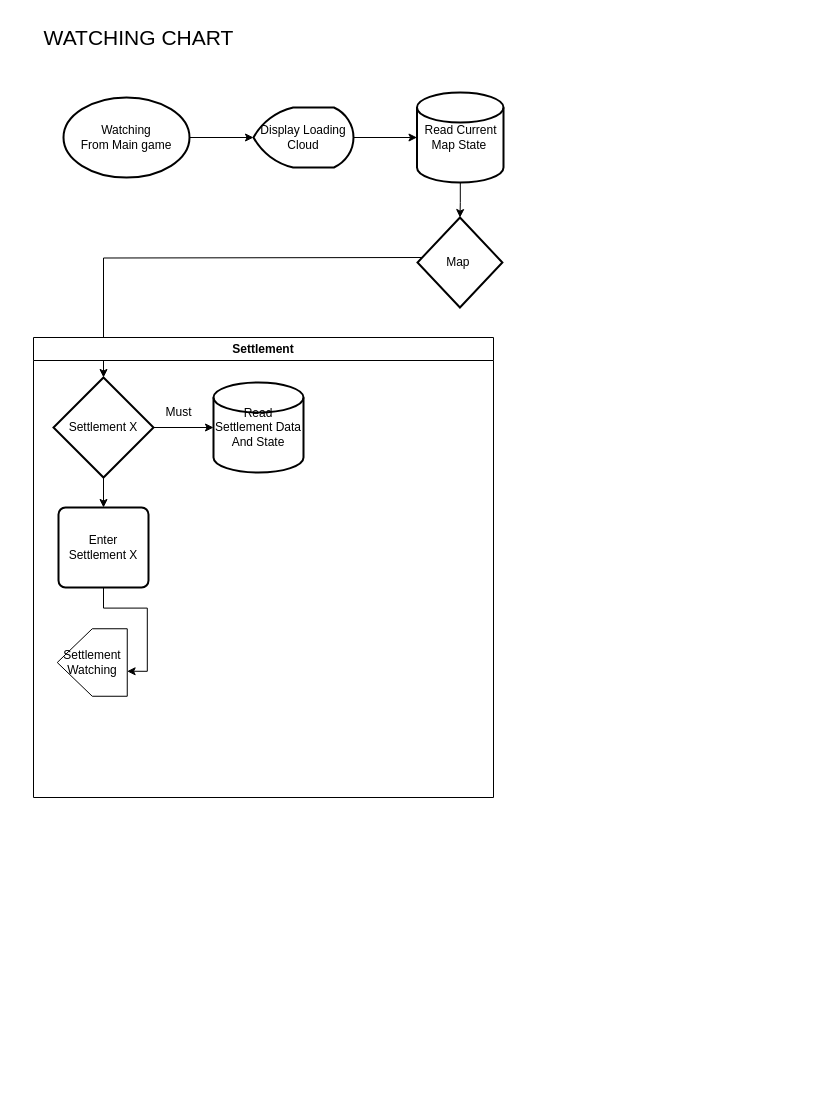
Above: Game Design/Flowcharts/Watching Chart.drawio in mraihanhadi/project-umbra (draw.io), before the change. Source tidied: cells renumbered, new cells numbered last; positions are measured from the earlier drawing's top-left corner, leaving out a move shared by most shapes. Both pictures are drawn from the tidied source at 100%, with x=0, y=0 at pixel (33, 17).
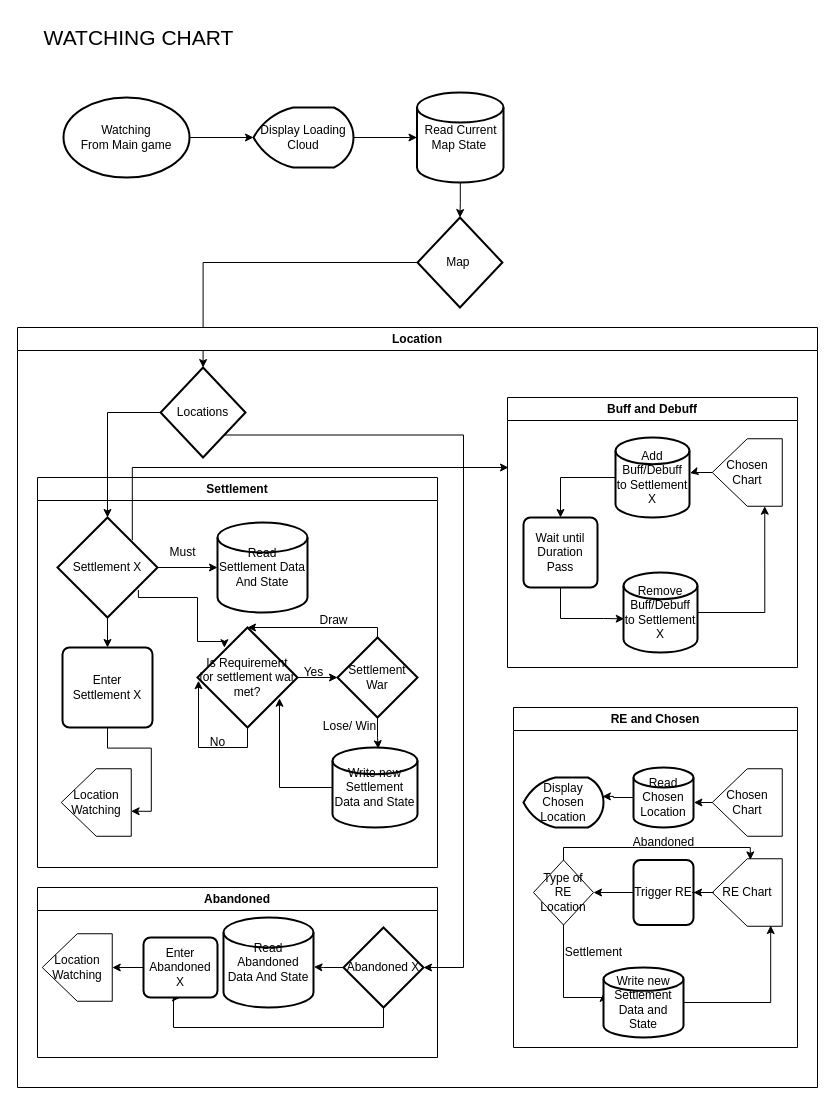
After the change.

The change refers to these unchanged cells:
```xml
<mxCell id="10" value="Map&amp;nbsp;" style="rhombus;whiteSpace=wrap;html=1;strokeWidth=2;" parent="1" vertex="1">
  <mxGeometry x="384" y="200" width="84.9" height="90" as="geometry" />
</mxCell>
<mxCell id="15" value="Settlement X" style="strokeWidth=2;html=1;shape=mxgraph.flowchart.decision;whiteSpace=wrap;" parent="11" vertex="1">
  <mxGeometry x="20" y="40" width="100" height="100" as="geometry" />
</mxCell>
```

Change to the diagram source:
```diff
@@
-    <mxCell id="9" style="edgeStyle=orthogonalEdgeStyle;rounded=0;jettySize=auto;html=1;entryX=0.5;entryY=0;entryDx=0;entryDy=0;entryPerimeter=0;" parent="1" edge="1" target="15">
-      <mxGeometry relative="1" as="geometry">
-        <mxPoint x="388.9" y="240" as="sourcePoint" />
-      </mxGeometry>
-    </mxCell>
+    <mxCell id="20" style="edgeStyle=orthogonalEdgeStyle;rounded=0;jettySize=auto;html=1;" parent="1" edge="1" source="10" target="33">
+      <mxGeometry relative="1" as="geometry" />
+    </mxCell>
@@
+    <mxCell id="21" value="Location" style="swimlane;whiteSpace=wrap;html=1;" parent="1" vertex="1">
+      <mxGeometry x="-16" y="310" width="800" height="760" as="geometry" />
+    </mxCell>
-    <mxCell id="11" value="Settlement" style="swimlane;whiteSpace=wrap;html=1;" parent="1" vertex="1">
-      <mxGeometry y="320" width="460" height="460" as="geometry" />
+    <mxCell id="11" value="Settlement" style="swimlane;whiteSpace=wrap;html=1;" parent="21" vertex="1">
+      <mxGeometry x="20" y="150" width="400" height="390" as="geometry" />
     </mxCell>
@@
+    <mxCell id="22" style="edgeStyle=orthogonalEdgeStyle;rounded=0;jettySize=auto;html=1;entryX=0.269;entryY=0.202;entryDx=0;entryDy=0;exitX=0.809;exitY=0.724;exitDx=0;exitDy=0;exitPerimeter=0;entryPerimeter=0;" parent="11" edge="1" source="15" target="24">
+      <mxGeometry relative="1" as="geometry">
+        <Array as="points">
+          <mxPoint x="101" y="120" />
+          <mxPoint x="160" y="120" />
+          <mxPoint x="160" y="164" />
+        </Array>
+      </mxGeometry>
+    </mxCell>
@@
-    <mxCell id="18" value="Settlement Watching" style="verticalLabelPosition=middle;verticalAlign=middle;shape=offPageConnector;rounded=0;size=0.5;labelPosition=center;align=center;rotation=90;html=1;whiteSpace=wrap;horizontal=0;" parent="11" vertex="1">
+    <mxCell id="18" value="Location Watching" style="verticalLabelPosition=middle;verticalAlign=middle;shape=offPageConnector;rounded=0;size=0.5;labelPosition=center;align=center;rotation=90;html=1;whiteSpace=wrap;horizontal=0;" parent="11" vertex="1">
       <mxGeometry x="25" y="290" width="67.5" height="70" as="geometry" />
     </mxCell>
@@
+    <mxCell id="23" style="edgeStyle=orthogonalEdgeStyle;rounded=0;orthogonalLoop=1;jettySize=auto;html=1;entryX=0.01;entryY=0.532;entryDx=0;entryDy=0;entryPerimeter=0;" parent="11" edge="1" source="24" target="24">
+      <mxGeometry relative="1" as="geometry">
+        <Array as="points">
+          <mxPoint x="210" y="270" />
+          <mxPoint x="161" y="270" />
+        </Array>
+      </mxGeometry>
+    </mxCell>
+    <mxCell id="24" value="Is Requirement for settlement war met?" style="strokeWidth=2;html=1;shape=mxgraph.flowchart.decision;whiteSpace=wrap;" parent="11" vertex="1">
+      <mxGeometry x="160" y="150" width="100" height="100" as="geometry" />
+    </mxCell>
+    <mxCell id="25" value="Settlement War" style="strokeWidth=2;html=1;shape=mxgraph.flowchart.decision;whiteSpace=wrap;" parent="11" vertex="1">
+      <mxGeometry x="300" y="160" width="80" height="80" as="geometry" />
+    </mxCell>
+    <mxCell id="26" style="edgeStyle=orthogonalEdgeStyle;rounded=0;jettySize=auto;html=1;exitX=1;exitY=0.5;exitDx=0;exitDy=0;exitPerimeter=0;entryX=0;entryY=0.5;entryDx=0;entryDy=0;entryPerimeter=0;" parent="11" edge="1" source="24" target="25">
+      <mxGeometry relative="1" as="geometry" />
+    </mxCell>
+    <mxCell id="27" value="Yes" style="text;html=1;align=center;verticalAlign=middle;strokeColor=none;fillColor=none;" parent="11" vertex="1">
+      <mxGeometry x="256" y="180" width="40" height="30" as="geometry" />
+    </mxCell>
+    <mxCell id="28" value="No" style="text;html=1;align=center;verticalAlign=middle;strokeColor=none;fillColor=none;" parent="11" vertex="1">
+      <mxGeometry x="160" y="250" width="40" height="30" as="geometry" />
+    </mxCell>
+    <mxCell id="29" style="edgeStyle=orthogonalEdgeStyle;rounded=0;jettySize=auto;html=1;exitX=0.5;exitY=0;exitDx=0;exitDy=0;exitPerimeter=0;entryX=0.5;entryY=0;entryDx=0;entryDy=0;entryPerimeter=0;" parent="11" edge="1" source="25" target="24">
+      <mxGeometry relative="1" as="geometry">
+        <Array as="points">
+          <mxPoint x="340" y="150" />
+        </Array>
+      </mxGeometry>
+    </mxCell>
+    <mxCell id="30" value="Write new Settlement Data and State" style="strokeWidth=2;html=1;shape=mxgraph.flowchart.database;whiteSpace=wrap;" parent="11" vertex="1">
+      <mxGeometry x="295" y="270" width="85" height="80" as="geometry" />
+    </mxCell>
+    <mxCell id="31" style="edgeStyle=orthogonalEdgeStyle;rounded=0;jettySize=auto;html=1;entryX=0.539;entryY=0.015;entryDx=0;entryDy=0;entryPerimeter=0;" parent="11" edge="1" source="25" target="30">
+      <mxGeometry relative="1" as="geometry" />
+    </mxCell>
+    <mxCell id="32" style="edgeStyle=orthogonalEdgeStyle;rounded=0;jettySize=auto;html=1;entryX=0.82;entryY=0.708;entryDx=0;entryDy=0;entryPerimeter=0;" parent="11" edge="1" source="30" target="24">
+      <mxGeometry relative="1" as="geometry" />
+    </mxCell>
+    <mxCell id="33" value="Locations" style="rhombus;whiteSpace=wrap;html=1;strokeWidth=2;" parent="21" vertex="1">
+      <mxGeometry x="143.1" y="40" width="84.9" height="90" as="geometry" />
+    </mxCell>
+    <mxCell id="34" style="edgeStyle=orthogonalEdgeStyle;rounded=0;jettySize=auto;html=1;entryX=0.5;entryY=0;entryDx=0;entryDy=0;entryPerimeter=0;" parent="21" edge="1" source="33" target="15">
+      <mxGeometry relative="1" as="geometry" />
+    </mxCell>
+    <mxCell id="35" value="Abandoned" style="swimlane;whiteSpace=wrap;html=1;" parent="21" vertex="1">
+      <mxGeometry x="20" y="560" width="400" height="170" as="geometry" />
+    </mxCell>
+    <mxCell id="36" style="edgeStyle=orthogonalEdgeStyle;rounded=0;jettySize=auto;html=1;entryX=1.005;entryY=0.548;entryDx=0;entryDy=0;entryPerimeter=0;" parent="35" edge="1" source="38" target="39">
+      <mxGeometry relative="1" as="geometry" />
+    </mxCell>
+    <mxCell id="37" style="edgeStyle=orthogonalEdgeStyle;rounded=0;jettySize=auto;html=1;entryX=0.5;entryY=1;entryDx=0;entryDy=0;" parent="35" edge="1" source="38" target="41">
+      <mxGeometry relative="1" as="geometry">
+        <Array as="points">
+          <mxPoint x="346" y="140" />
+          <mxPoint x="136" y="140" />
+          <mxPoint x="136" y="110" />
+        </Array>
+      </mxGeometry>
+    </mxCell>
+    <mxCell id="38" value="Abandoned X" style="strokeWidth=2;html=1;shape=mxgraph.flowchart.decision;whiteSpace=wrap;" parent="35" vertex="1">
+      <mxGeometry x="306" y="40" width="80" height="80" as="geometry" />
+    </mxCell>
+    <mxCell id="39" value="Read Abandoned Data And State" style="strokeWidth=2;html=1;shape=mxgraph.flowchart.database;whiteSpace=wrap;" parent="35" vertex="1">
+      <mxGeometry x="186" y="30" width="90" height="90" as="geometry" />
+    </mxCell>
+    <mxCell id="40" style="edgeStyle=orthogonalEdgeStyle;rounded=0;jettySize=auto;html=1;exitX=0;exitY=0.5;exitDx=0;exitDy=0;entryX=0.5;entryY=0;entryDx=0;entryDy=0;" parent="35" edge="1" source="41" target="42">
+      <mxGeometry relative="1" as="geometry" />
+    </mxCell>
+    <mxCell id="41" value="Enter Abandoned X" style="rounded=1;whiteSpace=wrap;html=1;absoluteArcSize=1;arcSize=14;strokeWidth=2;" parent="35" vertex="1">
+      <mxGeometry x="106" y="50" width="74" height="60" as="geometry" />
+    </mxCell>
+    <mxCell id="42" value="Location Watching" style="verticalLabelPosition=middle;verticalAlign=middle;shape=offPageConnector;rounded=0;size=0.5;labelPosition=center;align=center;rotation=90;html=1;whiteSpace=wrap;horizontal=0;" parent="35" vertex="1">
+      <mxGeometry x="6" y="45" width="67.5" height="70" as="geometry" />
+    </mxCell>
+    <mxCell id="43" style="edgeStyle=orthogonalEdgeStyle;rounded=0;jettySize=auto;html=1;exitX=1;exitY=1;exitDx=0;exitDy=0;entryX=1;entryY=0.5;entryDx=0;entryDy=0;entryPerimeter=0;" parent="21" edge="1" source="33" target="38">
+      <mxGeometry relative="1" as="geometry">
+        <Array as="points">
+          <mxPoint x="446" y="108" />
+          <mxPoint x="446" y="640" />
+        </Array>
+      </mxGeometry>
+    </mxCell>
+    <mxCell id="44" value="Buff and Debuff" style="swimlane;whiteSpace=wrap;html=1;" parent="21" vertex="1">
+      <mxGeometry x="490" y="70" width="290" height="270" as="geometry" />
+    </mxCell>
+    <mxCell id="45" value="Chosen Chart" style="verticalLabelPosition=middle;verticalAlign=middle;shape=offPageConnector;rounded=0;size=0.5;labelPosition=center;align=center;rotation=90;html=1;whiteSpace=wrap;horizontal=0;" parent="44" vertex="1">
+      <mxGeometry x="206" y="40" width="67.5" height="70" as="geometry" />
+    </mxCell>
+    <mxCell id="46" style="edgeStyle=orthogonalEdgeStyle;rounded=0;jettySize=auto;html=1;exitX=0;exitY=0.5;exitDx=0;exitDy=0;exitPerimeter=0;entryX=0.5;entryY=0;entryDx=0;entryDy=0;" parent="44" edge="1" source="47" target="49">
+      <mxGeometry relative="1" as="geometry" />
+    </mxCell>
+    <mxCell id="47" value="Add Buff/Debuff to Settlement X" style="strokeWidth=2;html=1;shape=mxgraph.flowchart.database;whiteSpace=wrap;" parent="44" vertex="1">
+      <mxGeometry x="108" y="40" width="74" height="80" as="geometry" />
+    </mxCell>
+    <mxCell id="48" style="edgeStyle=orthogonalEdgeStyle;rounded=0;jettySize=auto;html=1;entryX=1.006;entryY=0.445;entryDx=0;entryDy=0;entryPerimeter=0;" parent="44" edge="1" source="45" target="47">
+      <mxGeometry relative="1" as="geometry" />
+    </mxCell>
+    <mxCell id="49" value="Wait until Duration Pass" style="rounded=1;whiteSpace=wrap;html=1;absoluteArcSize=1;arcSize=14;strokeWidth=2;" parent="44" vertex="1">
+      <mxGeometry x="16" y="120" width="74" height="70" as="geometry" />
+    </mxCell>
+    <mxCell id="50" style="edgeStyle=orthogonalEdgeStyle;rounded=0;jettySize=auto;html=1;entryX=1;entryY=0.25;entryDx=0;entryDy=0;" parent="44" edge="1" source="51" target="45">
+      <mxGeometry relative="1" as="geometry" />
+    </mxCell>
+    <mxCell id="51" value="Remove Buff/Debuff to Settlement X" style="strokeWidth=2;html=1;shape=mxgraph.flowchart.database;whiteSpace=wrap;" parent="44" vertex="1">
+      <mxGeometry x="116" y="175" width="74" height="80" as="geometry" />
+    </mxCell>
+    <mxCell id="52" style="edgeStyle=orthogonalEdgeStyle;rounded=0;jettySize=auto;html=1;entryX=0.01;entryY=0.579;entryDx=0;entryDy=0;entryPerimeter=0;" parent="44" edge="1" source="49" target="51">
+      <mxGeometry relative="1" as="geometry">
+        <Array as="points">
+          <mxPoint x="53" y="221" />
+          <mxPoint x="96" y="221" />
+        </Array>
+      </mxGeometry>
+    </mxCell>
+    <mxCell id="53" style="edgeStyle=orthogonalEdgeStyle;rounded=0;jettySize=auto;html=1;exitX=0.748;exitY=0.228;exitDx=0;exitDy=0;exitPerimeter=0;" parent="21" edge="1" source="15">
+      <mxGeometry relative="1" as="geometry">
+        <mxPoint x="491" y="140" as="targetPoint" />
+        <Array as="points">
+          <mxPoint x="115" y="140" />
+          <mxPoint x="491" y="140" />
+        </Array>
+      </mxGeometry>
+    </mxCell>
+    <mxCell id="54" value="RE and Chosen" style="swimlane;whiteSpace=wrap;html=1;" parent="21" vertex="1">
+      <mxGeometry x="496" y="380" width="284" height="340" as="geometry" />
+    </mxCell>
+    <mxCell id="55" value="Chosen Chart" style="verticalLabelPosition=middle;verticalAlign=middle;shape=offPageConnector;rounded=0;size=0.5;labelPosition=center;align=center;rotation=90;html=1;whiteSpace=wrap;horizontal=0;" parent="54" vertex="1">
+      <mxGeometry x="200" y="60" width="67.5" height="70" as="geometry" />
+    </mxCell>
+    <mxCell id="56" value="Read Chosen Location" style="strokeWidth=2;html=1;shape=mxgraph.flowchart.database;whiteSpace=wrap;" parent="54" vertex="1">
+      <mxGeometry x="120" y="60" width="60" height="60" as="geometry" />
+    </mxCell>
+    <mxCell id="57" style="edgeStyle=orthogonalEdgeStyle;rounded=0;jettySize=auto;html=1;exitX=0.5;exitY=1;exitDx=0;exitDy=0;entryX=1.006;entryY=0.593;entryDx=0;entryDy=0;entryPerimeter=0;" parent="54" edge="1" source="55" target="56">
+      <mxGeometry relative="1" as="geometry" />
+    </mxCell>
+    <mxCell id="58" value="Display Chosen Location" style="strokeWidth=2;html=1;shape=mxgraph.flowchart.display;whiteSpace=wrap;" parent="54" vertex="1">
+      <mxGeometry x="10" y="70" width="80" height="50" as="geometry" />
+    </mxCell>
+    <mxCell id="59" style="edgeStyle=orthogonalEdgeStyle;rounded=0;jettySize=auto;html=1;entryX=0.986;entryY=0.378;entryDx=0;entryDy=0;entryPerimeter=0;" parent="54" edge="1" source="56" target="58">
+      <mxGeometry relative="1" as="geometry" />
+    </mxCell>
+    <mxCell id="60" value="RE Chart" style="verticalLabelPosition=middle;verticalAlign=middle;shape=offPageConnector;rounded=0;size=0.5;labelPosition=center;align=center;rotation=90;html=1;whiteSpace=wrap;horizontal=0;" parent="54" vertex="1">
+      <mxGeometry x="200" y="150" width="67.5" height="70" as="geometry" />
+    </mxCell>
+    <mxCell id="61" style="edgeStyle=orthogonalEdgeStyle;rounded=0;jettySize=auto;html=1;entryX=1;entryY=0.5;entryDx=0;entryDy=0;" parent="54" edge="1" source="62" target="65">
+      <mxGeometry relative="1" as="geometry" />
+    </mxCell>
+    <mxCell id="62" value="Trigger RE" style="rounded=1;whiteSpace=wrap;html=1;absoluteArcSize=1;arcSize=14;strokeWidth=2;" parent="54" vertex="1">
+      <mxGeometry x="120" y="152.5" width="60" height="65" as="geometry" />
+    </mxCell>
+    <mxCell id="63" style="edgeStyle=orthogonalEdgeStyle;rounded=0;jettySize=auto;html=1;" parent="54" edge="1" source="60" target="62">
+      <mxGeometry relative="1" as="geometry" />
+    </mxCell>
+    <mxCell id="64" style="edgeStyle=orthogonalEdgeStyle;rounded=0;jettySize=auto;html=1;entryX=0;entryY=0.37;entryDx=0;entryDy=0;entryPerimeter=0;" parent="54" edge="1" source="65" target="67">
+      <mxGeometry relative="1" as="geometry">
+        <Array as="points">
+          <mxPoint x="50" y="290" />
+        </Array>
+      </mxGeometry>
+    </mxCell>
+    <mxCell id="65" value="Type of RE Location" style="rhombus;whiteSpace=wrap;html=1;" parent="54" vertex="1">
+      <mxGeometry x="20" y="152.5" width="60" height="65" as="geometry" />
+    </mxCell>
+    <mxCell id="66" value="Settlement" style="text;html=1;align=center;verticalAlign=middle;strokeColor=none;fillColor=none;" parent="54" vertex="1">
+      <mxGeometry x="40" y="230" width="80" height="30" as="geometry" />
+    </mxCell>
+    <mxCell id="67" value="Write new Settlement Data and State" style="strokeWidth=2;html=1;shape=mxgraph.flowchart.database;whiteSpace=wrap;" parent="54" vertex="1">
+      <mxGeometry x="90" y="260" width="80" height="70" as="geometry" />
+    </mxCell>
+    <mxCell id="68" style="edgeStyle=orthogonalEdgeStyle;rounded=0;jettySize=auto;html=1;entryX=0.989;entryY=0.165;entryDx=0;entryDy=0;entryPerimeter=0;" parent="54" edge="1" source="67" target="60">
+      <mxGeometry relative="1" as="geometry" />
+    </mxCell>
+    <mxCell id="69" style="edgeStyle=orthogonalEdgeStyle;rounded=0;jettySize=auto;html=1;entryX=0.017;entryY=0.456;entryDx=0;entryDy=0;entryPerimeter=0;exitX=0.5;exitY=0;exitDx=0;exitDy=0;" parent="54" edge="1" source="65" target="60">
+      <mxGeometry relative="1" as="geometry">
+        <Array as="points">
+          <mxPoint x="50" y="140" />
+          <mxPoint x="237" y="140" />
+        </Array>
+      </mxGeometry>
+    </mxCell>
+    <mxCell id="70" value="Abandoned" style="text;html=1;align=center;verticalAlign=middle;strokeColor=none;fillColor=none;" parent="54" vertex="1">
+      <mxGeometry x="110" y="120" width="80" height="30" as="geometry" />
+    </mxCell>
+    <mxCell id="71" value="Draw" style="text;html=1;align=center;verticalAlign=middle;strokeColor=none;fillColor=none;" parent="1" vertex="1">
+      <mxGeometry x="275" y="588" width="50" height="30" as="geometry" />
+    </mxCell>
+    <mxCell id="72" value="Lose/ Win" style="text;html=1;align=center;verticalAlign=middle;strokeColor=none;fillColor=none;" parent="1" vertex="1">
+      <mxGeometry x="276" y="694" width="80" height="30" as="geometry" />
+    </mxCell>
```
